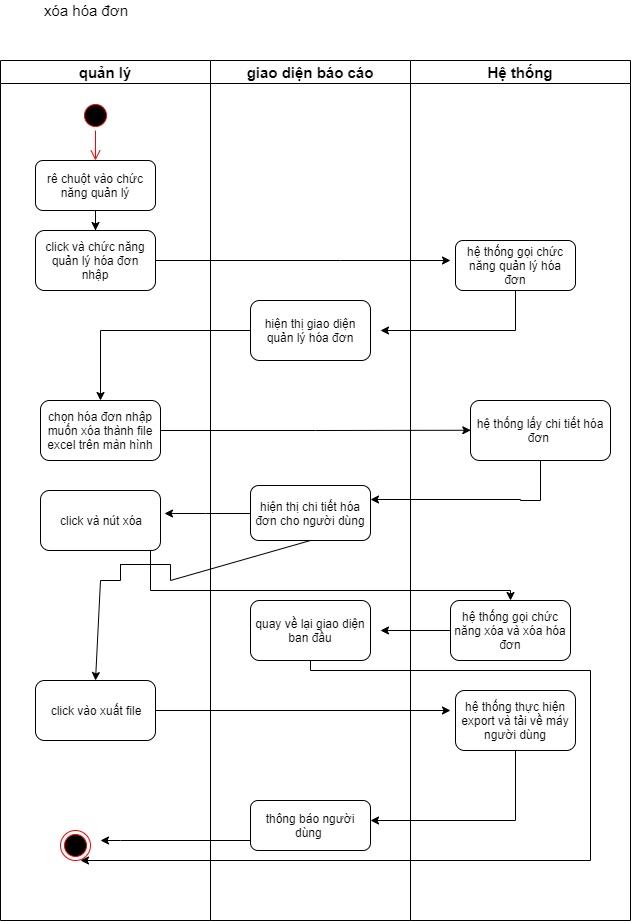
Above: bieudo/activity-xoahoadon.png in vanlinhnguyeued/PTTKHTHDT (draw.io), before the change. Source tidied: cells renumbered, new cells last; positions are measured from the earlier drawing's top-left corner, leaving out a move shared by most shapes. The source it was exported from:
```xml
<mxGraphModel>
  <root>
    <mxCell id="0" />
    <mxCell id="1" parent="0" />
    <mxCell id="2" value="xóa hóa đơn" style="text;html=1;strokeColor=none;fillColor=none;align=center;verticalAlign=middle;whiteSpace=wrap;rounded=0;fontSize=15;fontColor=#000000;" parent="1" vertex="1">
      <mxGeometry x="20" width="130" height="20" as="geometry" />
    </mxCell>
    <mxCell id="3" value="giao diện báo cáo" style="swimlane;fontSize=15;fontColor=#000000;" parent="1" vertex="1">
      <mxGeometry x="210" y="60" width="200" height="860" as="geometry" />
    </mxCell>
    <mxCell id="4" value="hiện thị giao diện quản lý hóa đơn" style="rounded=1;whiteSpace=wrap;html=1;" parent="3" vertex="1">
      <mxGeometry x="40" y="240" width="120" height="60" as="geometry" />
    </mxCell>
    <mxCell id="5" value="hiện thị chi tiết hóa đơn cho người dùng" style="rounded=1;whiteSpace=wrap;html=1;" parent="3" vertex="1">
      <mxGeometry x="40" y="425" width="120" height="55" as="geometry" />
    </mxCell>
    <mxCell id="6" value="quay về lại giao diện ban đầu" style="rounded=1;whiteSpace=wrap;html=1;" parent="3" vertex="1">
      <mxGeometry x="40" y="540" width="120" height="60" as="geometry" />
    </mxCell>
    <mxCell id="7" value="thông báo người dùng&amp;nbsp;" style="rounded=1;whiteSpace=wrap;html=1;" parent="3" vertex="1">
      <mxGeometry x="40" y="740" width="120" height="50" as="geometry" />
    </mxCell>
    <mxCell id="8" value="quản lý" style="swimlane;fontSize=15;fontColor=#000000;" parent="3" vertex="1">
      <mxGeometry x="-210" width="210" height="860" as="geometry" />
    </mxCell>
    <mxCell id="9" style="ellipse;html=1;shape=startState;fillColor=#000000;strokeColor=#ff0000;fontSize=15;fontColor=#000000;" parent="8" vertex="1">
      <mxGeometry x="80" y="40" width="30" height="30" as="geometry" />
    </mxCell>
    <mxCell id="10" style="edgeStyle=orthogonalEdgeStyle;html=1;verticalAlign=bottom;endArrow=open;endSize=8;strokeColor=#ff0000;fontSize=15;fontColor=#000000;" parent="8" edge="1" source="9">
      <mxGeometry relative="1" as="geometry">
        <mxPoint x="95" y="100" as="targetPoint" />
      </mxGeometry>
    </mxCell>
    <mxCell id="11" style="edgeStyle=orthogonalEdgeStyle;rounded=0;jettySize=auto;html=1;" parent="8" edge="1" source="12" target="13">
      <mxGeometry relative="1" as="geometry" />
    </mxCell>
    <mxCell id="12" value="rê chuột vào chức năng quản lý" style="rounded=1;whiteSpace=wrap;html=1;" parent="8" vertex="1">
      <mxGeometry x="35" y="100" width="120" height="50" as="geometry" />
    </mxCell>
    <mxCell id="13" value="click và chức năng quản lý hóa đơn nhập" style="rounded=1;whiteSpace=wrap;html=1;" parent="8" vertex="1">
      <mxGeometry x="35" y="170" width="120" height="60" as="geometry" />
    </mxCell>
    <mxCell id="14" value="chọn hóa đơn nhập muốn xóa thành file excel trên màn hình" style="rounded=1;whiteSpace=wrap;html=1;" parent="8" vertex="1">
      <mxGeometry x="40" y="340" width="120" height="60" as="geometry" />
    </mxCell>
    <mxCell id="15" style="ellipse;html=1;shape=endState;fillColor=#000000;strokeColor=#ff0000;" parent="8" vertex="1">
      <mxGeometry x="60" y="770" width="30" height="30" as="geometry" />
    </mxCell>
    <mxCell id="16" value="click và nút xóa" style="rounded=1;whiteSpace=wrap;html=1;" parent="8" vertex="1">
      <mxGeometry x="40" y="430" width="120" height="60" as="geometry" />
    </mxCell>
    <mxCell id="17" value="click vào xuất file" style="rounded=1;whiteSpace=wrap;html=1;" parent="8" vertex="1">
      <mxGeometry x="35" y="620" width="120" height="60" as="geometry" />
    </mxCell>
    <mxCell id="18" style="shape=partialRectangle;whiteSpace=wrap;html=1;bottom=0;right=0;fillColor=none;" parent="8" vertex="1">
      <mxGeometry x="120" y="504" width="50" height="16" as="geometry" />
    </mxCell>
    <mxCell id="19" style="endArrow=none;html=1;entryX=1;entryY=0;entryDx=0;entryDy=0;exitX=1;exitY=1;exitDx=0;exitDy=0;" parent="8" edge="1" source="18" target="18">
      <mxGeometry relative="1" as="geometry" />
    </mxCell>
    <mxCell id="20" style="endArrow=none;html=1;entryX=0;entryY=1;entryDx=0;entryDy=0;" parent="8" edge="1" target="18">
      <mxGeometry relative="1" as="geometry">
        <mxPoint x="100" y="520" as="sourcePoint" />
      </mxGeometry>
    </mxCell>
    <mxCell id="21" style="endArrow=classic;html=1;entryX=0.5;entryY=0;entryDx=0;entryDy=0;" parent="8" edge="1" target="17">
      <mxGeometry relative="1" as="geometry">
        <mxPoint x="100" y="520" as="sourcePoint" />
      </mxGeometry>
    </mxCell>
    <mxCell id="22" style="edgeStyle=orthogonalEdgeStyle;rounded=0;jettySize=auto;html=1;entryX=0.5;entryY=0;entryDx=0;entryDy=0;" parent="3" edge="1" source="4" target="14">
      <mxGeometry relative="1" as="geometry" />
    </mxCell>
    <mxCell id="23" style="edgeStyle=orthogonalEdgeStyle;rounded=0;jettySize=auto;html=1;entryX=1.032;entryY=0.385;entryDx=0;entryDy=0;entryPerimeter=0;" parent="3" edge="1" source="5" target="16">
      <mxGeometry relative="1" as="geometry" />
    </mxCell>
    <mxCell id="24" style="endArrow=none;html=1;entryX=0.5;entryY=1;entryDx=0;entryDy=0;exitX=1;exitY=1;exitDx=0;exitDy=0;" parent="3" edge="1" source="18" target="5">
      <mxGeometry relative="1" as="geometry" />
    </mxCell>
    <mxCell id="25" value="Hệ thống" style="swimlane;fontSize=15;fontColor=#000000;" parent="1" vertex="1">
      <mxGeometry x="410" y="60" width="220" height="860" as="geometry" />
    </mxCell>
    <mxCell id="26" value="hệ thống gọi chức năng quản lý hóa đơn" style="rounded=1;whiteSpace=wrap;html=1;" parent="25" vertex="1">
      <mxGeometry x="45" y="180" width="120" height="50" as="geometry" />
    </mxCell>
    <mxCell id="27" value="hệ thống lấy chi tiết hóa đơn&amp;nbsp;" style="rounded=1;whiteSpace=wrap;html=1;" parent="25" vertex="1">
      <mxGeometry x="60" y="340" width="140" height="60" as="geometry" />
    </mxCell>
    <mxCell id="28" value="hệ thống gọi chức năng xóa và xóa hóa đơn" style="rounded=1;whiteSpace=wrap;html=1;" parent="25" vertex="1">
      <mxGeometry x="40" y="540" width="120" height="60" as="geometry" />
    </mxCell>
    <mxCell id="29" value="hệ thống thực hiện export và tải về máy người dùng" style="rounded=1;whiteSpace=wrap;html=1;" parent="25" vertex="1">
      <mxGeometry x="45" y="630" width="120" height="60" as="geometry" />
    </mxCell>
    <mxCell id="30" style="edgeStyle=orthogonalEdgeStyle;rounded=0;jettySize=auto;html=1;" parent="1" edge="1" source="13">
      <mxGeometry relative="1" as="geometry">
        <mxPoint x="450" y="260" as="targetPoint" />
        <Array as="points">
          <mxPoint x="340" y="260" />
        </Array>
      </mxGeometry>
    </mxCell>
    <mxCell id="31" style="edgeStyle=orthogonalEdgeStyle;rounded=0;jettySize=auto;html=1;" parent="1" edge="1" source="26">
      <mxGeometry relative="1" as="geometry">
        <mxPoint x="380" y="330" as="targetPoint" />
        <Array as="points">
          <mxPoint x="515" y="330" />
        </Array>
      </mxGeometry>
    </mxCell>
    <mxCell id="32" style="edgeStyle=orthogonalEdgeStyle;rounded=0;jettySize=auto;html=1;entryX=0;entryY=0.5;entryDx=0;entryDy=0;" parent="1" edge="1" source="14">
      <mxGeometry relative="1" as="geometry">
        <mxPoint x="470.3" y="429.8" as="targetPoint" />
      </mxGeometry>
    </mxCell>
    <mxCell id="33" style="edgeStyle=orthogonalEdgeStyle;rounded=0;jettySize=auto;html=1;entryX=1;entryY=0.25;entryDx=0;entryDy=0;" parent="1" edge="1" source="27" target="5">
      <mxGeometry relative="1" as="geometry">
        <Array as="points">
          <mxPoint x="540" y="500" />
          <mxPoint x="520" y="500" />
          <mxPoint x="520" y="499" />
        </Array>
      </mxGeometry>
    </mxCell>
    <mxCell id="34" style="edgeStyle=orthogonalEdgeStyle;rounded=0;jettySize=auto;html=1;entryX=0.5;entryY=0;entryDx=0;entryDy=0;" parent="1" edge="1" source="16" target="28">
      <mxGeometry relative="1" as="geometry">
        <Array as="points">
          <mxPoint x="150" y="590" />
          <mxPoint x="510" y="590" />
        </Array>
      </mxGeometry>
    </mxCell>
    <mxCell id="35" style="edgeStyle=orthogonalEdgeStyle;rounded=0;jettySize=auto;html=1;" parent="1" edge="1" source="17">
      <mxGeometry relative="1" as="geometry">
        <mxPoint x="450" y="710" as="targetPoint" />
      </mxGeometry>
    </mxCell>
    <mxCell id="36" style="edgeStyle=orthogonalEdgeStyle;rounded=0;jettySize=auto;html=1;" parent="1" edge="1" source="29" target="7">
      <mxGeometry relative="1" as="geometry">
        <Array as="points">
          <mxPoint x="515" y="820" />
        </Array>
      </mxGeometry>
    </mxCell>
    <mxCell id="37" style="edgeStyle=orthogonalEdgeStyle;rounded=0;jettySize=auto;html=1;" parent="1" edge="1" source="7">
      <mxGeometry relative="1" as="geometry">
        <mxPoint x="100" y="840" as="targetPoint" />
        <Array as="points">
          <mxPoint x="120" y="840" />
        </Array>
      </mxGeometry>
    </mxCell>
    <mxCell id="38" style="edgeStyle=orthogonalEdgeStyle;rounded=0;jettySize=auto;html=1;" parent="1" edge="1" source="28">
      <mxGeometry relative="1" as="geometry">
        <mxPoint x="380" y="630" as="targetPoint" />
      </mxGeometry>
    </mxCell>
    <mxCell id="39" style="edgeStyle=orthogonalEdgeStyle;rounded=0;jettySize=auto;html=1;" parent="1" edge="1" source="6">
      <mxGeometry relative="1" as="geometry">
        <mxPoint x="80" y="860" as="targetPoint" />
        <Array as="points">
          <mxPoint x="310" y="670" />
          <mxPoint x="590" y="670" />
        </Array>
      </mxGeometry>
    </mxCell>
  </root>
</mxGraphModel>
```
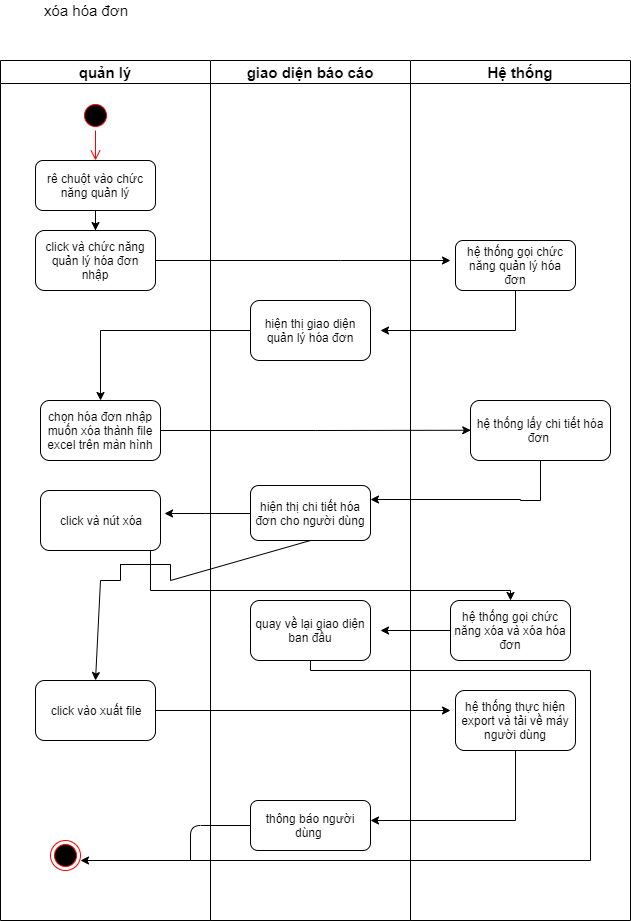
The same diagram one commit later.

The edit, as a diff of the source:
```diff
@@ -44,7 +44,7 @@
       <mxGeometry x="40" y="340" width="120" height="60" as="geometry" />
     </mxCell>
     <mxCell id="15" style="ellipse;html=1;shape=endState;fillColor=#000000;strokeColor=#ff0000;" parent="8" vertex="1">
-      <mxGeometry x="60" y="770" width="30" height="30" as="geometry" />
+      <mxGeometry x="50" y="780" width="30" height="30" as="geometry" />
     </mxCell>
     <mxCell id="16" value="click và nút xóa" style="rounded=1;whiteSpace=wrap;html=1;" parent="8" vertex="1">
       <mxGeometry x="40" y="430" width="120" height="60" as="geometry" />
@@ -68,6 +68,14 @@
         <mxPoint x="100" y="520" as="sourcePoint" />
       </mxGeometry>
     </mxCell>
+    <mxCell id="40" style="endArrow=none;html=1;entryX=0;entryY=0.5;entryDx=0;entryDy=0;" parent="8" edge="1" target="7">
+      <mxGeometry relative="1" as="geometry">
+        <mxPoint x="190" y="800" as="sourcePoint" />
+        <Array as="points">
+          <mxPoint x="190" y="765" />
+        </Array>
+      </mxGeometry>
+    </mxCell>
     <mxCell id="22" style="edgeStyle=orthogonalEdgeStyle;rounded=0;jettySize=auto;html=1;entryX=0.5;entryY=0;entryDx=0;entryDy=0;" parent="3" edge="1" source="4" target="14">
       <mxGeometry relative="1" as="geometry" />
     </mxCell>
@@ -142,14 +150,6 @@
         </Array>
       </mxGeometry>
     </mxCell>
-    <mxCell id="37" style="edgeStyle=orthogonalEdgeStyle;rounded=0;jettySize=auto;html=1;" parent="1" edge="1" source="7">
-      <mxGeometry relative="1" as="geometry">
-        <mxPoint x="100" y="840" as="targetPoint" />
-        <Array as="points">
-          <mxPoint x="120" y="840" />
-        </Array>
-      </mxGeometry>
-    </mxCell>
     <mxCell id="38" style="edgeStyle=orthogonalEdgeStyle;rounded=0;jettySize=auto;html=1;" parent="1" edge="1" source="28">
       <mxGeometry relative="1" as="geometry">
         <mxPoint x="380" y="630" as="targetPoint" />
```
